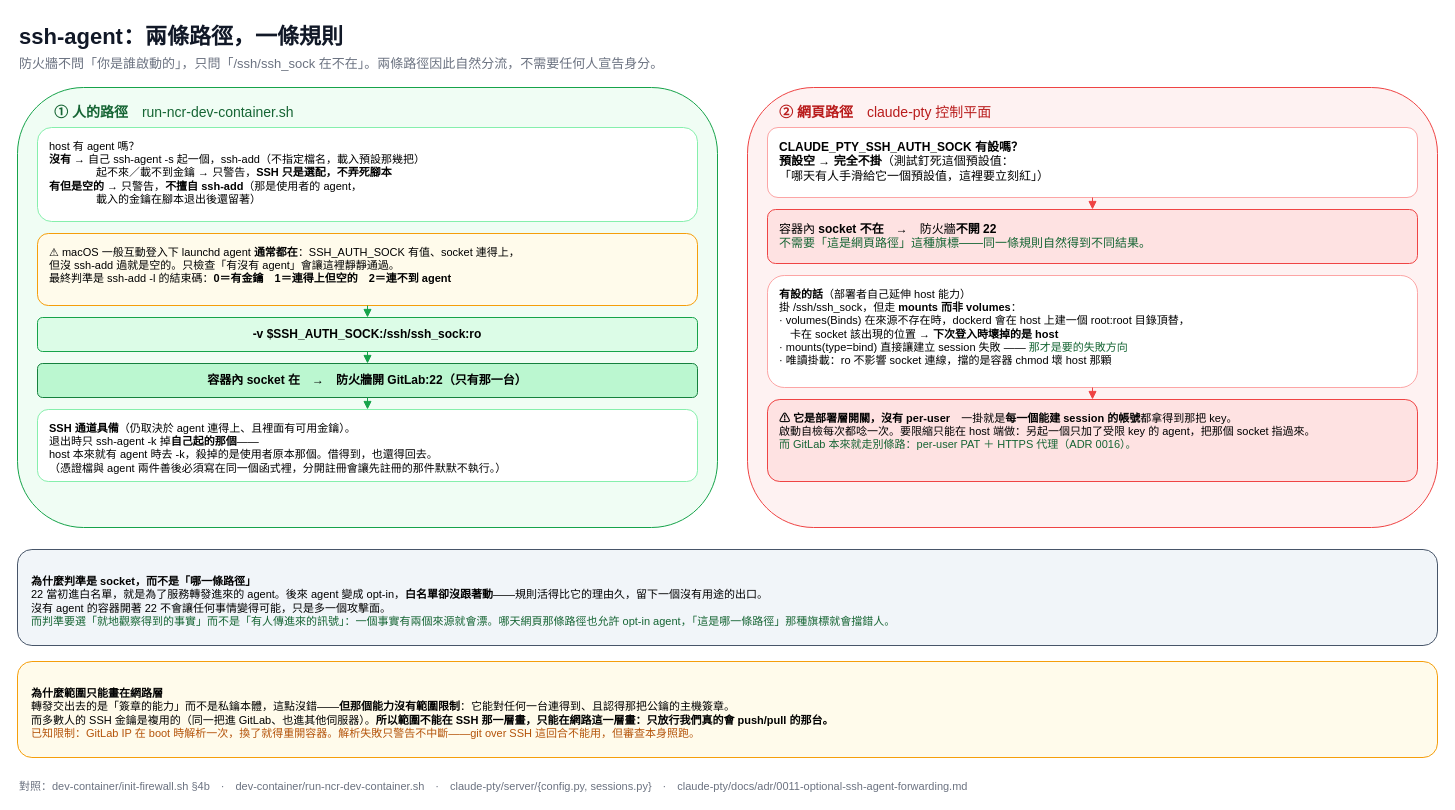
Before: page "2. ssh-agent：兩條路徑，一條規則" (2 of 3) of docs/dev-container.drawio in nathanfhh/30-days-ironman, a draw.io diagram. Source tidied: cells renumbered, new cells numbered last; positions are measured from the earlier drawing's top-left corner, leaving out a move shared by most shapes. Both pictures are drawn from the tidied source at 100%, with x=0, y=0 at pixel (17, 17).
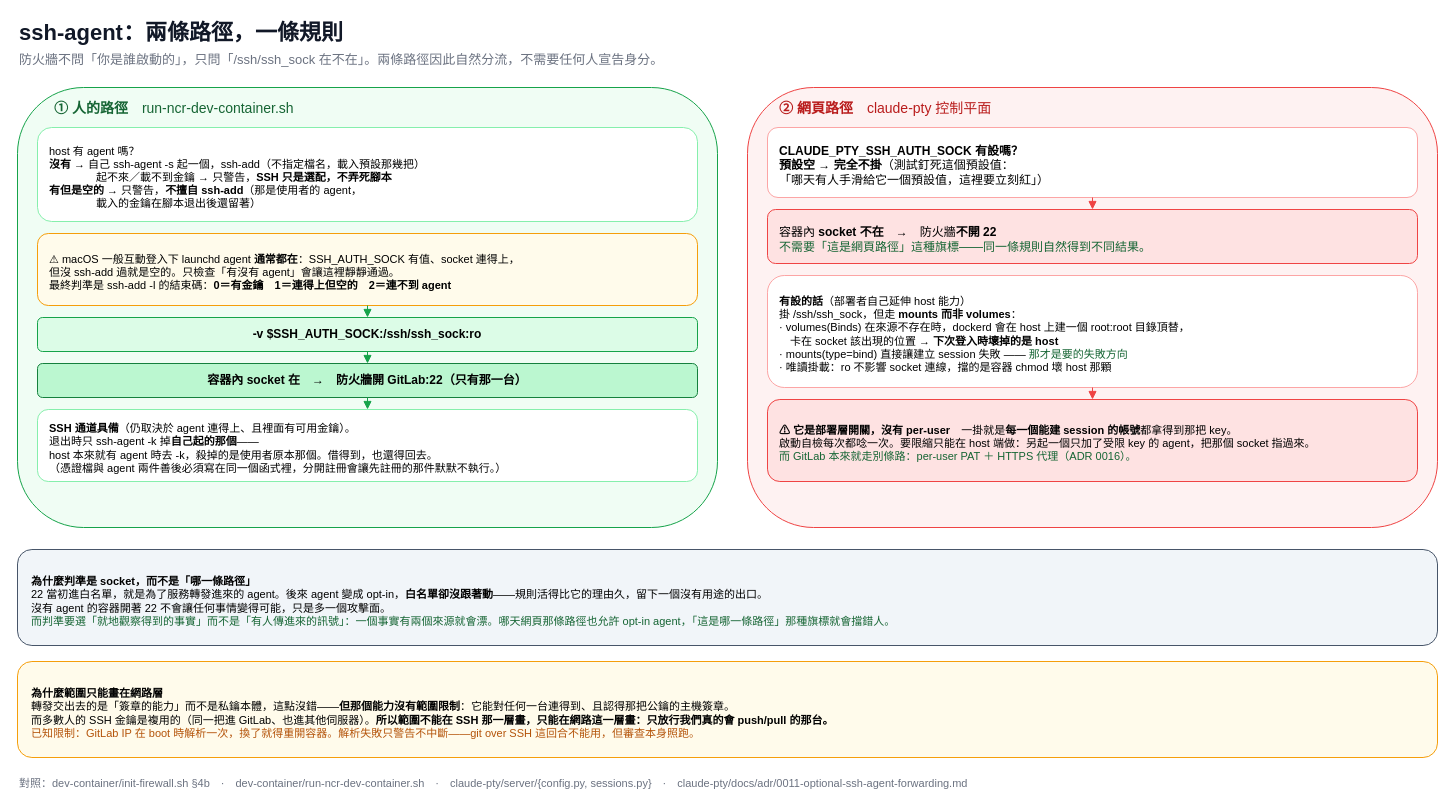
After the change.

Commit message:
docs(diagram): ssh-agent 那頁排版重排（Nathan 手調）

p2「ssh-agent：兩條路徑，一條規則」的座標與框高重排。文字內容未動，
四處關鍵字都在（標題、「/ssh/ssh_sock 在不在」、「① 人的路徑」、SSH_AUTH_SOCK）。

匯出對照（腳本按頁碼命名，R2 按文章命名）：
    p2 → dev-container-2-ssh.png → day19-01-ssh-agent-two-paths.webp（Day 19）

同一次匯出的 p3 與 R2 上現行版位元相同，不需重傳。

Claude-Session: https://claude.ai/code/session_01XTLZKMLprqF9ZKmg7c8csw

Change to the diagram source:
```diff
@@
-    <mxCell id="2" value="ssh-agent：兩條路徑，一條規則" style="text;html=1;fontSize=22;fontStyle=1;align=left;fontColor=#111827;" parent="1" vertex="1">
+    <mxCell id="2" value="ssh-agent：兩條路徑，一條規則" style="text;html=1;fontSize=22;fontStyle=1;align=left;fontColor=#111827;verticalAlign=middle;" parent="1" vertex="1">
       <mxGeometry width="800" height="32" as="geometry" />
     </mxCell>
-    <mxCell id="3" value="防火牆不問「你是誰啟動的」，只問「/ssh/ssh_sock 在不在」。兩條路徑因此自然分流，不需要任何人宣告身分。" style="text;html=1;fontSize=13;align=left;fontColor=#6b7280;" parent="1" vertex="1">
+    <mxCell id="3" value="防火牆不問「你是誰啟動的」，只問「/ssh/ssh_sock 在不在」。兩條路徑因此自然分流，不需要任何人宣告身分。" style="text;html=1;fontSize=13;align=left;fontColor=#6b7280;verticalAlign=middle;" parent="1" vertex="1">
       <mxGeometry y="32" width="1300" height="20" as="geometry" />
     </mxCell>
-    <mxCell id="4" style="rounded=1;whiteSpace=wrap;html=1;fillColor=#f0fdf4;strokeColor=#16a34a;verticalAlign=top;" parent="1" vertex="1">
+    <mxCell id="4" style="rounded=1;whiteSpace=wrap;html=1;fillColor=#f0fdf4;strokeColor=#16a34a;verticalAlign=middle;" parent="1" vertex="1">
       <mxGeometry y="70" width="700" height="440" as="geometry" />
     </mxCell>
-    <mxCell id="5" value="&lt;b&gt;① 人的路徑&lt;/b&gt;　run-ncr-dev-container.sh" style="text;html=1;fontSize=14;align=left;fontColor=#166534;" parent="1" vertex="1">
+    <mxCell id="5" value="&lt;b&gt;① 人的路徑&lt;/b&gt;　run-ncr-dev-container.sh" style="text;html=1;fontSize=14;align=left;fontColor=#166534;verticalAlign=middle;" parent="1" vertex="1">
       <mxGeometry x="35" y="80" width="600" height="22" as="geometry" />
     </mxCell>
-    <mxCell id="6" value="host 有 agent 嗎？&#10;&lt;b&gt;沒有&lt;/b&gt; → 自己 ssh-agent -s 起一個，ssh-add（不指定檔名，載入預設那幾把）&#10;　　　　 起不來／載不到金鑰 → 只警告，&lt;b&gt;SSH 只是選配，不弄死腳本&lt;/b&gt;&#10;&lt;b&gt;有但是空的&lt;/b&gt; → 只警告，&lt;b&gt;不擅自 ssh-add&lt;/b&gt;（那是使用者的 agent，&#10;　　　　 載入的金鑰在腳本退出後還留著）" style="rounded=1;whiteSpace=wrap;html=1;fillColor=#ffffff;strokeColor=#86efac;fontSize=11;align=left;spacingLeft=10;verticalAlign=top;spacingTop=6;" parent="1" vertex="1">
+    <mxCell id="6" value="host 有 agent 嗎？&#10;&lt;b&gt;沒有&lt;/b&gt; → 自己 ssh-agent -s 起一個，ssh-add（不指定檔名，載入預設那幾把）&#10;　　　　 起不來／載不到金鑰 → 只警告，&lt;b&gt;SSH 只是選配，不弄死腳本&lt;/b&gt;&#10;&lt;b&gt;有但是空的&lt;/b&gt; → 只警告，&lt;b&gt;不擅自 ssh-add&lt;/b&gt;（那是使用者的 agent，&#10;　　　　 載入的金鑰在腳本退出後還留著）" style="rounded=1;whiteSpace=wrap;html=1;fillColor=#ffffff;strokeColor=#86efac;fontSize=11;align=left;spacingLeft=10;verticalAlign=middle;spacingTop=6;" parent="1" vertex="1">
       <mxGeometry x="20" y="110" width="660" height="94" as="geometry" />
     </mxCell>
-    <mxCell id="7" value="⚠ macOS 一般互動登入下 launchd agent &lt;b&gt;通常都在&lt;/b&gt;：SSH_AUTH_SOCK 有值、socket 連得上，&#10;但沒 ssh-add 過就是空的。只檢查「有沒有 agent」會讓這裡靜靜通過。&#10;最終判準是 ssh-add -l 的結束碼：&lt;b&gt;0＝有金鑰　1＝連得上但空的　2＝連不到 agent&lt;/b&gt;" style="rounded=1;whiteSpace=wrap;html=1;fillColor=#fffbeb;strokeColor=#f59e0b;fontSize=11;align=left;spacingLeft=10;verticalAlign=top;spacingTop=6;" parent="1" vertex="1">
+    <mxCell id="7" value="⚠ macOS 一般互動登入下 launchd agent &lt;b&gt;通常都在&lt;/b&gt;：SSH_AUTH_SOCK 有值、socket 連得上，&#10;但沒 ssh-add 過就是空的。只檢查「有沒有 agent」會讓這裡靜靜通過。&#10;最終判準是 ssh-add -l 的結束碼：&lt;b&gt;0＝有金鑰　1＝連得上但空的　2＝連不到 agent&lt;/b&gt;" style="rounded=1;whiteSpace=wrap;html=1;fillColor=#fffbeb;strokeColor=#f59e0b;fontSize=11;align=left;spacingLeft=10;verticalAlign=middle;spacingTop=6;" parent="1" vertex="1">
       <mxGeometry x="20" y="216" width="660" height="72" as="geometry" />
     </mxCell>
-    <mxCell id="8" value="&lt;b&gt;-v $SSH_AUTH_SOCK:/ssh/ssh_sock:ro&lt;/b&gt;" style="rounded=1;whiteSpace=wrap;html=1;fillColor=#dcfce7;strokeColor=#16a34a;fontSize=12;" parent="1" vertex="1">
+    <mxCell id="8" value="&lt;b&gt;-v $SSH_AUTH_SOCK:/ssh/ssh_sock:ro&lt;/b&gt;" style="rounded=1;whiteSpace=wrap;html=1;fillColor=#dcfce7;strokeColor=#16a34a;fontSize=12;verticalAlign=middle;" parent="1" vertex="1">
       <mxGeometry x="20" y="300" width="660" height="34" as="geometry" />
     </mxCell>
-    <mxCell id="9" value="容器內 &lt;b&gt;socket 在&lt;/b&gt;　→　防火牆開 &lt;b&gt;GitLab:22&lt;/b&gt;（只有那一台）" style="rounded=1;whiteSpace=wrap;html=1;fillColor=#bbf7d0;strokeColor=#15803d;fontSize=12;fontStyle=1;" parent="1" vertex="1">
+    <mxCell id="9" value="容器內 &lt;b&gt;socket 在&lt;/b&gt;　→　防火牆開 &lt;b&gt;GitLab:22&lt;/b&gt;（只有那一台）" style="rounded=1;whiteSpace=wrap;html=1;fillColor=#bbf7d0;strokeColor=#15803d;fontSize=12;fontStyle=1;verticalAlign=middle;" parent="1" vertex="1">
       <mxGeometry x="20" y="346" width="660" height="34" as="geometry" />
     </mxCell>
-    <mxCell id="10" value="&lt;b&gt;SSH 通道具備&lt;/b&gt;（仍取決於 agent 連得上、且裡面有可用金鑰）。&#10;退出時只 ssh-agent -k 掉&lt;b&gt;自己起的那個&lt;/b&gt;——&#10;host 本來就有 agent 時去 -k，殺掉的是使用者原本那個。借得到，也還得回去。&#10;（憑證檔與 agent 兩件善後必須寫在同一個函式裡，分開註冊會讓先註冊的那件默默不執行。）" style="rounded=1;whiteSpace=wrap;html=1;fillColor=#ffffff;strokeColor=#86efac;fontSize=11;align=left;spacingLeft=10;verticalAlign=top;spacingTop=6;" parent="1" vertex="1">
+    <mxCell id="10" value="&lt;b&gt;SSH 通道具備&lt;/b&gt;（仍取決於 agent 連得上、且裡面有可用金鑰）。&#10;退出時只 ssh-agent -k 掉&lt;b&gt;自己起的那個&lt;/b&gt;——&#10;host 本來就有 agent 時去 -k，殺掉的是使用者原本那個。借得到，也還得回去。&#10;（憑證檔與 agent 兩件善後必須寫在同一個函式裡，分開註冊會讓先註冊的那件默默不執行。）" style="rounded=1;whiteSpace=wrap;html=1;fillColor=#ffffff;strokeColor=#86efac;fontSize=11;align=left;spacingLeft=10;verticalAlign=middle;spacingTop=6;" parent="1" vertex="1">
       <mxGeometry x="20" y="392" width="660" height="72" as="geometry" />
     </mxCell>
-    <mxCell id="11" style="edgeStyle=orthogonalEdgeStyle;rounded=1;html=1;strokeColor=#16a34a;endArrow=block;" parent="1" edge="1" source="7" target="8">
+    <mxCell id="11" style="edgeStyle=orthogonalEdgeStyle;rounded=1;html=1;strokeColor=#16a34a;endArrow=block;verticalAlign=middle;" parent="1" edge="1" source="7" target="8">
       <mxGeometry relative="1" as="geometry" />
     </mxCell>
-    <mxCell id="12" style="edgeStyle=orthogonalEdgeStyle;rounded=1;html=1;strokeColor=#16a34a;endArrow=block;" parent="1" edge="1" source="8" target="9">
+    <mxCell id="12" style="edgeStyle=orthogonalEdgeStyle;rounded=1;html=1;strokeColor=#16a34a;endArrow=block;verticalAlign=middle;" parent="1" edge="1" source="8" target="9">
       <mxGeometry relative="1" as="geometry" />
     </mxCell>
-    <mxCell id="13" style="edgeStyle=orthogonalEdgeStyle;rounded=1;html=1;strokeColor=#16a34a;endArrow=block;" parent="1" edge="1" source="9" target="10">
+    <mxCell id="13" style="edgeStyle=orthogonalEdgeStyle;rounded=1;html=1;strokeColor=#16a34a;endArrow=block;verticalAlign=middle;" parent="1" edge="1" source="9" target="10">
       <mxGeometry relative="1" as="geometry" />
     </mxCell>
-    <mxCell id="14" style="rounded=1;whiteSpace=wrap;html=1;fillColor=#fef2f2;strokeColor=#ef4444;verticalAlign=top;" parent="1" vertex="1">
+    <mxCell id="14" style="rounded=1;whiteSpace=wrap;html=1;fillColor=#fef2f2;strokeColor=#ef4444;verticalAlign=middle;" parent="1" vertex="1">
       <mxGeometry x="730" y="70" width="690" height="440" as="geometry" />
     </mxCell>
-    <mxCell id="15" value="&lt;b&gt;② 網頁路徑&lt;/b&gt;　claude-pty 控制平面" style="text;html=1;fontSize=14;align=left;fontColor=#b91c1c;" parent="1" vertex="1">
+    <mxCell id="15" value="&lt;b&gt;② 網頁路徑&lt;/b&gt;　claude-pty 控制平面" style="text;html=1;fontSize=14;align=left;fontColor=#b91c1c;verticalAlign=middle;" parent="1" vertex="1">
       <mxGeometry x="760" y="80" width="600" height="22" as="geometry" />
     </mxCell>
-    <mxCell id="16" value="&lt;b&gt;CLAUDE_PTY_SSH_AUTH_SOCK 有設嗎？&lt;/b&gt;&#10;&lt;b&gt;預設空 → 完全不掛&lt;/b&gt;（測試釘死這個預設值：&#10;「哪天有人手滑給它一個預設值，這裡要立刻紅」）" style="rounded=1;whiteSpace=wrap;html=1;fillColor=#ffffff;strokeColor=#fca5a5;fontSize=12;align=left;spacingLeft=10;verticalAlign=top;spacingTop=6;" parent="1" vertex="1">
+    <mxCell id="16" value="&lt;b&gt;CLAUDE_PTY_SSH_AUTH_SOCK 有設嗎？&lt;/b&gt;&#10;&lt;b&gt;預設空 → 完全不掛&lt;/b&gt;（測試釘死這個預設值：&#10;「哪天有人手滑給它一個預設值，這裡要立刻紅」）" style="rounded=1;whiteSpace=wrap;html=1;fillColor=#ffffff;strokeColor=#fca5a5;fontSize=12;align=left;spacingLeft=10;verticalAlign=middle;spacingTop=6;" parent="1" vertex="1">
       <mxGeometry x="750" y="110" width="650" height="70" as="geometry" />
     </mxCell>
-    <mxCell id="17" value="容器內 &lt;b&gt;socket 不在&lt;/b&gt;　→　防火牆&lt;b&gt;不開 22&lt;/b&gt;&#10;&lt;font color=&quot;#166534&quot;&gt;不需要「這是網頁路徑」這種旗標——同一條規則自然得到不同結果。&lt;/font&gt;" style="rounded=1;whiteSpace=wrap;html=1;fillColor=#fee2e2;strokeColor=#ef4444;fontSize=12;align=left;spacingLeft=10;verticalAlign=top;spacingTop=6;" parent="1" vertex="1">
+    <mxCell id="17" value="容器內 &lt;b&gt;socket 不在&lt;/b&gt;　→　防火牆&lt;b&gt;不開 22&lt;/b&gt;&#10;&lt;font color=&quot;#166534&quot;&gt;不需要「這是網頁路徑」這種旗標——同一條規則自然得到不同結果。&lt;/font&gt;" style="rounded=1;whiteSpace=wrap;html=1;fillColor=#fee2e2;strokeColor=#ef4444;fontSize=12;align=left;spacingLeft=10;verticalAlign=middle;spacingTop=6;" parent="1" vertex="1">
       <mxGeometry x="750" y="192" width="650" height="54" as="geometry" />
     </mxCell>
-    <mxCell id="18" value="&lt;b&gt;有設的話&lt;/b&gt;（部署者自己延伸 host 能力）&#10;掛 /ssh/ssh_sock，但走 &lt;b&gt;mounts 而非 volumes&lt;/b&gt;：&#10;· volumes(Binds) 在來源不存在時，dockerd 會在 host 上建一個 root:root 目錄頂替，&#10;　卡在 socket 該出現的位置 → &lt;b&gt;下次登入時壞掉的是 host&lt;/b&gt;&#10;· mounts(type=bind) 直接讓建立 session 失敗 —— &lt;font color=&quot;#166534&quot;&gt;那才是要的失敗方向&lt;/font&gt;&#10;· 唯讀掛載：ro 不影響 socket 連線，擋的是容器 chmod 壞 host 那顆" style="rounded=1;whiteSpace=wrap;html=1;fillColor=#ffffff;strokeColor=#fca5a5;fontSize=11;align=left;spacingLeft=10;verticalAlign=top;spacingTop=6;" parent="1" vertex="1">
+    <mxCell id="18" value="&lt;b&gt;有設的話&lt;/b&gt;（部署者自己延伸 host 能力）&#10;掛 /ssh/ssh_sock，但走 &lt;b&gt;mounts 而非 volumes&lt;/b&gt;：&#10;· volumes(Binds) 在來源不存在時，dockerd 會在 host 上建一個 root:root 目錄頂替，&#10;　卡在 socket 該出現的位置 → &lt;b&gt;下次登入時壞掉的是 host&lt;/b&gt;&#10;· mounts(type=bind) 直接讓建立 session 失敗 —— &lt;font color=&quot;#166534&quot;&gt;那才是要的失敗方向&lt;/font&gt;&#10;· 唯讀掛載：ro 不影響 socket 連線，擋的是容器 chmod 壞 host 那顆" style="rounded=1;whiteSpace=wrap;html=1;fillColor=#ffffff;strokeColor=#fca5a5;fontSize=11;align=left;spacingLeft=10;verticalAlign=middle;spacingTop=6;" parent="1" vertex="1">
       <mxGeometry x="750" y="258" width="650" height="112" as="geometry" />
     </mxCell>
-    <mxCell id="19" value="&lt;b&gt;⚠ 它是部署層開關，沒有 per-user&lt;/b&gt;　一掛就是&lt;b&gt;每一個能建 session 的帳號&lt;/b&gt;都拿得到那把 key。&#10;啟動自檢每次都唸一次。要限縮只能在 host 端做：另起一個只加了受限 key 的 agent，把那個 socket 指過來。&#10;&lt;font color=&quot;#166534&quot;&gt;而 GitLab 本來就走別條路：per-user PAT ＋ HTTPS 代理（ADR 0016）。&lt;/font&gt;" style="rounded=1;whiteSpace=wrap;html=1;fillColor=#fee2e2;strokeColor=#ef4444;fontSize=11;align=left;spacingLeft=10;verticalAlign=top;spacingTop=6;" parent="1" vertex="1">
+    <mxCell id="19" value="&lt;b&gt;⚠ 它是部署層開關，沒有 per-user&lt;/b&gt;　一掛就是&lt;b&gt;每一個能建 session 的帳號&lt;/b&gt;都拿得到那把 key。&#10;啟動自檢每次都唸一次。要限縮只能在 host 端做：另起一個只加了受限 key 的 agent，把那個 socket 指過來。&#10;&lt;font color=&quot;#166534&quot;&gt;而 GitLab 本來就走別條路：per-user PAT ＋ HTTPS 代理（ADR 0016）。&lt;/font&gt;" style="rounded=1;whiteSpace=wrap;html=1;fillColor=#fee2e2;strokeColor=#ef4444;fontSize=11;align=left;spacingLeft=10;verticalAlign=middle;spacingTop=6;" parent="1" vertex="1">
       <mxGeometry x="750" y="382" width="650" height="82" as="geometry" />
     </mxCell>
-    <mxCell id="20" style="edgeStyle=orthogonalEdgeStyle;rounded=1;html=1;strokeColor=#ef4444;endArrow=block;" parent="1" edge="1" source="16" target="17">
+    <mxCell id="20" style="edgeStyle=orthogonalEdgeStyle;rounded=1;html=1;strokeColor=#ef4444;endArrow=block;verticalAlign=middle;" parent="1" edge="1" source="16" target="17">
       <mxGeometry relative="1" as="geometry" />
     </mxCell>
-    <mxCell id="21" style="edgeStyle=orthogonalEdgeStyle;rounded=1;html=1;strokeColor=#ef4444;endArrow=block;" parent="1" edge="1" source="18" target="19">
+    <mxCell id="21" style="edgeStyle=orthogonalEdgeStyle;rounded=1;html=1;strokeColor=#ef4444;endArrow=block;verticalAlign=middle;" parent="1" edge="1" source="18" target="19">
       <mxGeometry relative="1" as="geometry" />
     </mxCell>
@@
-    <mxCell id="24" value="對照：dev-container/init-firewall.sh §4b　·　dev-container/run-ncr-dev-container.sh　·　claude-pty/server/{config.py, sessions.py}　·　claude-pty/docs/adr/0011-optional-ssh-agent-forwarding.md" style="text;html=1;fontSize=11;align=left;fontColor=#6b7280;" parent="1" vertex="1">
+    <mxCell id="24" value="對照：dev-container/init-firewall.sh §4b　·　dev-container/run-ncr-dev-container.sh　·　claude-pty/server/{config.py, sessions.py}　·　claude-pty/docs/adr/0011-optional-ssh-agent-forwarding.md" style="text;html=1;fontSize=11;align=left;fontColor=#6b7280;verticalAlign=middle;" parent="1" vertex="1">
       <mxGeometry y="756" width="1420" height="20" as="geometry" />
     </mxCell>
```
